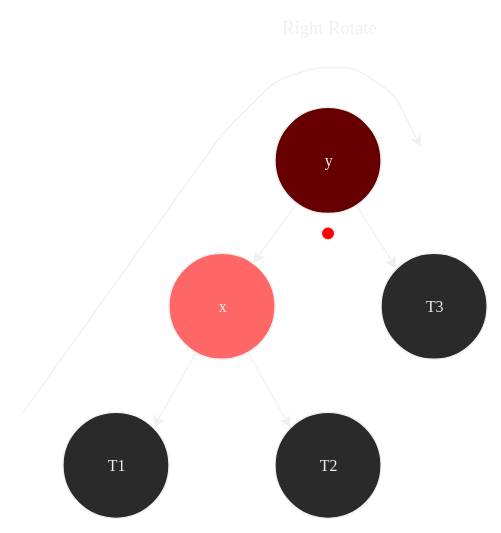
Earlier version of the draw.io export 200 Data Structures/208 Trees/208.2 AVL Tree/Diagrams/AVL Tree — Right Rotation.svg (MontoyaTM/Obsidian-SoftwareEngineering). Source tidied: cells renumbered, new cells last; positions are measured from the earlier drawing's top-left corner, leaving out a move shared by most shapes.
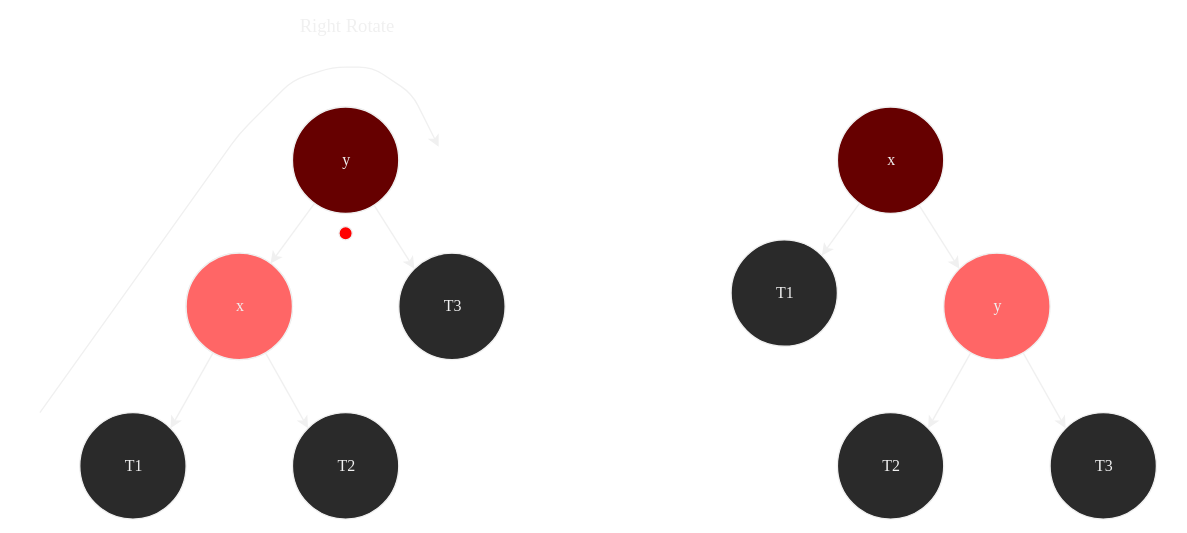
After the commit.

The edit, as a diff of the source:
```diff
@@ -57,5 +57,32 @@
     <mxCell id="16" style="ellipse;whiteSpace=wrap;html=1;fillColor=#FF0000;" parent="1" vertex="1">
       <mxGeometry x="225" y="160" width="10" height="10" as="geometry" />
     </mxCell>
+    <mxCell id="17" style="edgeStyle=none;html=1;entryX=1;entryY=0;entryDx=0;entryDy=0;" parent="1" edge="1" source="19" target="25">
+      <mxGeometry relative="1" as="geometry" />
+    </mxCell>
+    <mxCell id="18" style="edgeStyle=none;html=1;entryX=0;entryY=0;entryDx=0;entryDy=0;" parent="1" edge="1" source="19" target="20">
+      <mxGeometry relative="1" as="geometry" />
+    </mxCell>
+    <mxCell id="19" value="&lt;font face=&quot;JetBrains Mono&quot;&gt;y&lt;/font&gt;" style="ellipse;whiteSpace=wrap;html=1;fillColor=#FF6666;" parent="1" vertex="1">
+      <mxGeometry x="680" y="180" width="80" height="80" as="geometry" />
+    </mxCell>
+    <mxCell id="20" value="&lt;font face=&quot;JetBrains Mono&quot;&gt;T3&lt;/font&gt;" style="ellipse;whiteSpace=wrap;html=1;" parent="1" vertex="1">
+      <mxGeometry x="760" y="300" width="80" height="80" as="geometry" />
+    </mxCell>
+    <mxCell id="21" value="&lt;font face=&quot;JetBrains Mono&quot;&gt;T1&lt;/font&gt;" style="ellipse;whiteSpace=wrap;html=1;" parent="1" vertex="1">
+      <mxGeometry x="520" y="170" width="80" height="80" as="geometry" />
+    </mxCell>
+    <mxCell id="22" style="edgeStyle=none;html=1;entryX=1;entryY=0;entryDx=0;entryDy=0;" parent="1" edge="1" source="24" target="21">
+      <mxGeometry relative="1" as="geometry" />
+    </mxCell>
+    <mxCell id="23" style="edgeStyle=none;html=1;entryX=0;entryY=0;entryDx=0;entryDy=0;" parent="1" edge="1" source="24" target="19">
+      <mxGeometry relative="1" as="geometry" />
+    </mxCell>
+    <mxCell id="24" value="&lt;font face=&quot;JetBrains Mono&quot;&gt;x&lt;/font&gt;" style="ellipse;whiteSpace=wrap;html=1;fillColor=#660000;" parent="1" vertex="1">
+      <mxGeometry x="600" y="70" width="80" height="80" as="geometry" />
+    </mxCell>
+    <mxCell id="25" value="&lt;font face=&quot;JetBrains Mono&quot;&gt;T2&lt;/font&gt;" style="ellipse;whiteSpace=wrap;html=1;" parent="1" vertex="1">
+      <mxGeometry x="600" y="300" width="80" height="80" as="geometry" />
+    </mxCell>
   </root>
 </mxGraphModel>
```
